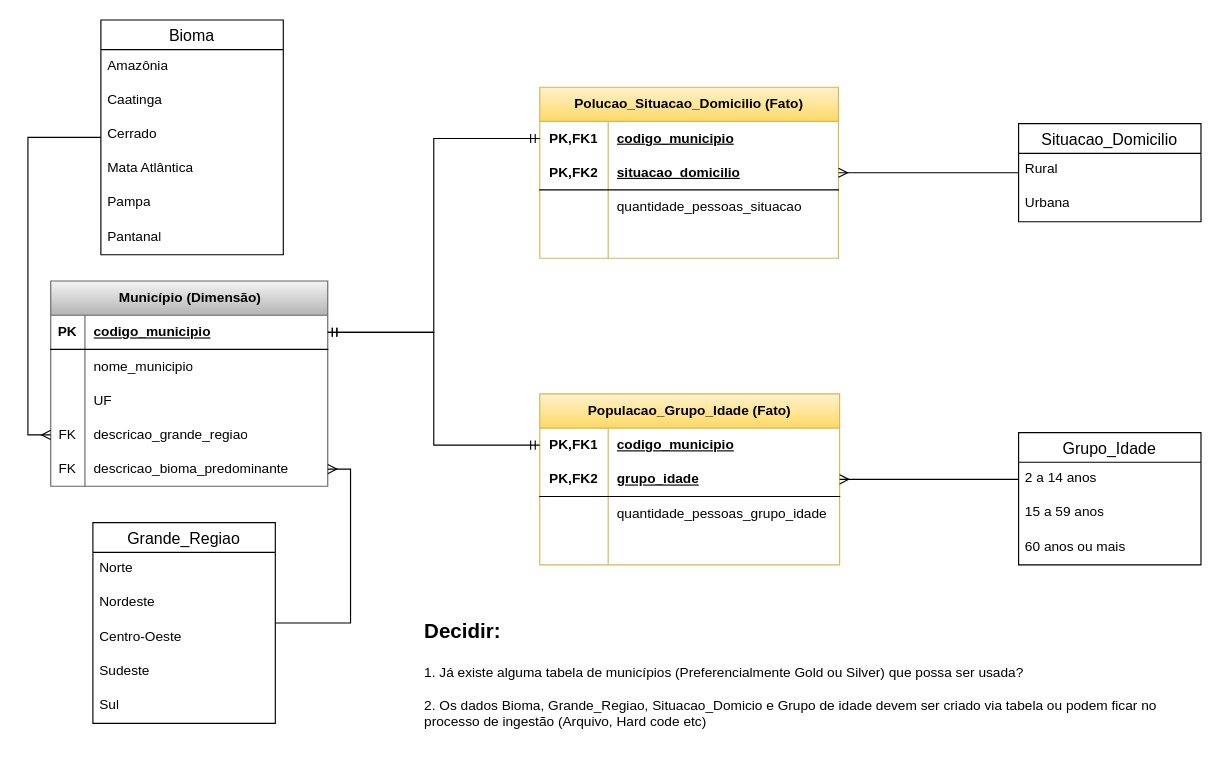
Earlier version of the draw.io diagram Municipio/MER_Municipio.drawio (marcoconti/mais_einstein). Source tidied: cells renumbered, new cells numbered last; positions are measured from the earlier drawing's top-left corner, leaving out a move shared by most shapes. Both pictures are drawn from the tidied source at 114%, with x=0, y=0 at pixel (50, 19).
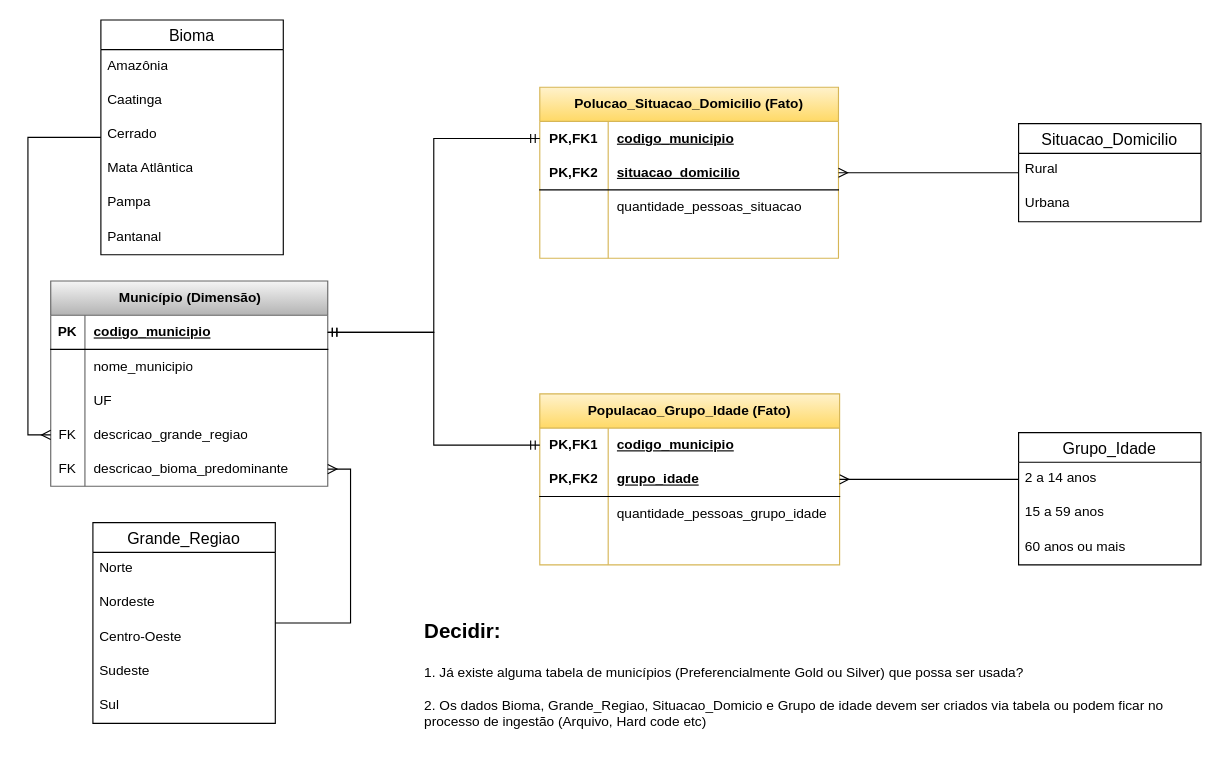
The same diagram, later.

Diff of the diagram source:
```diff
@@
-    <mxCell id="70" value="&lt;h1 style=&quot;margin-top: 0px;&quot;&gt;&lt;font style=&quot;font-size: 18px;&quot;&gt;Decidir:&lt;/font&gt;&lt;/h1&gt;&lt;div&gt;1. Já existe alguma tabela de municípios (Preferencialmente Gold ou Silver) que possa ser usada?&lt;/div&gt;&lt;div&gt;&lt;br&gt;&lt;/div&gt;&lt;div&gt;2. Os dados Bioma, Grande_Regiao, Situacao_Domicio e Grupo de idade devem ser criado via tabela ou podem ficar no processo de ingestão (Arquivo, Hard code etc)&lt;/div&gt;" style="text;html=1;whiteSpace=wrap;overflow=hidden;rounded=0;" parent="1" vertex="1">
+    <mxCell id="70" value="&lt;h1 style=&quot;margin-top: 0px;&quot;&gt;&lt;font style=&quot;font-size: 18px;&quot;&gt;Decidir:&lt;/font&gt;&lt;/h1&gt;&lt;div&gt;1. Já existe alguma tabela de municípios (Preferencialmente Gold ou Silver) que possa ser usada?&lt;/div&gt;&lt;div&gt;&lt;br&gt;&lt;/div&gt;&lt;div&gt;2. Os dados Bioma, Grande_Regiao, Situacao_Domicio e Grupo de idade devem ser criados via tabela ou podem ficar no processo de ingestão (Arquivo, Hard code etc)&lt;/div&gt;" style="text;html=1;whiteSpace=wrap;overflow=hidden;rounded=0;" parent="1" vertex="1">
       <mxGeometry x="326" y="514" width="680" height="120" as="geometry" />
     </mxCell>
```
